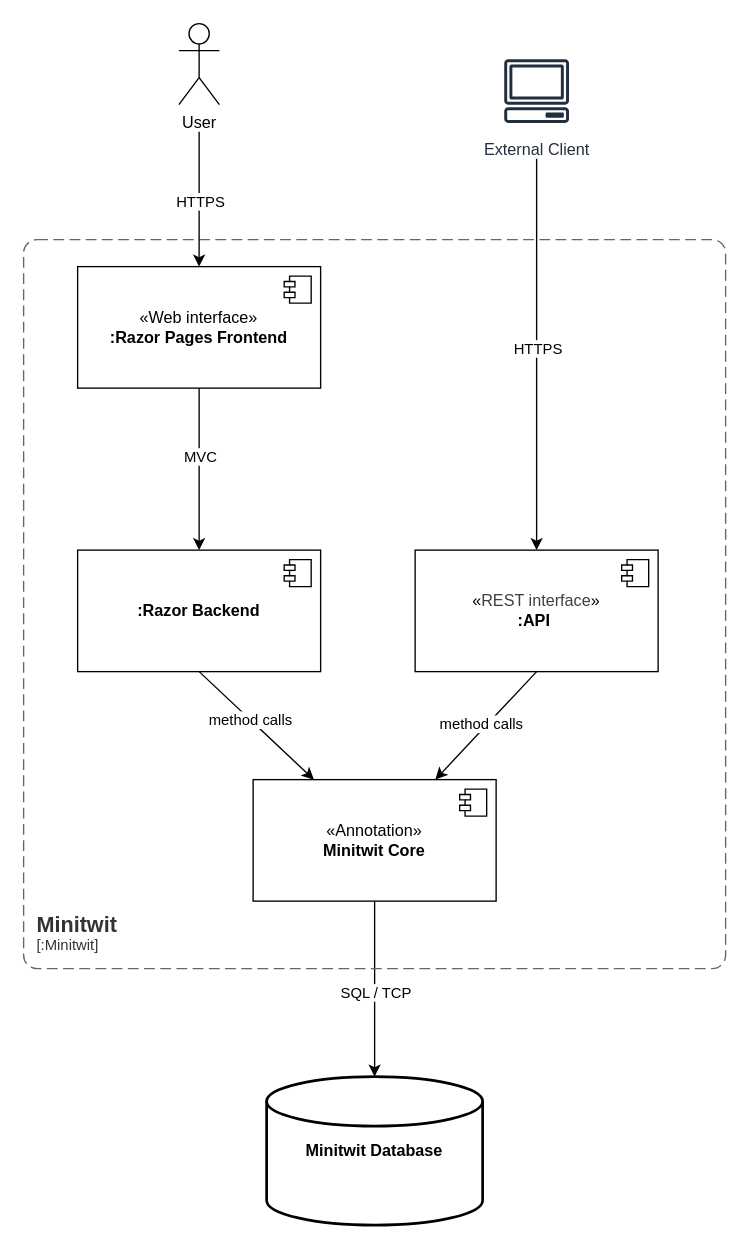
Before: report/diagrams/component_and_connector_diagram.drawio in ITU-DevOps2026/ITU-minitwit, a draw.io diagram. Source tidied: cells renumbered, new cells numbered last; positions are measured from the earlier drawing's top-left corner, leaving out a move shared by most shapes. Both pictures are drawn from the tidied source at 135%, with x=0, y=0 at pixel (23, 23).
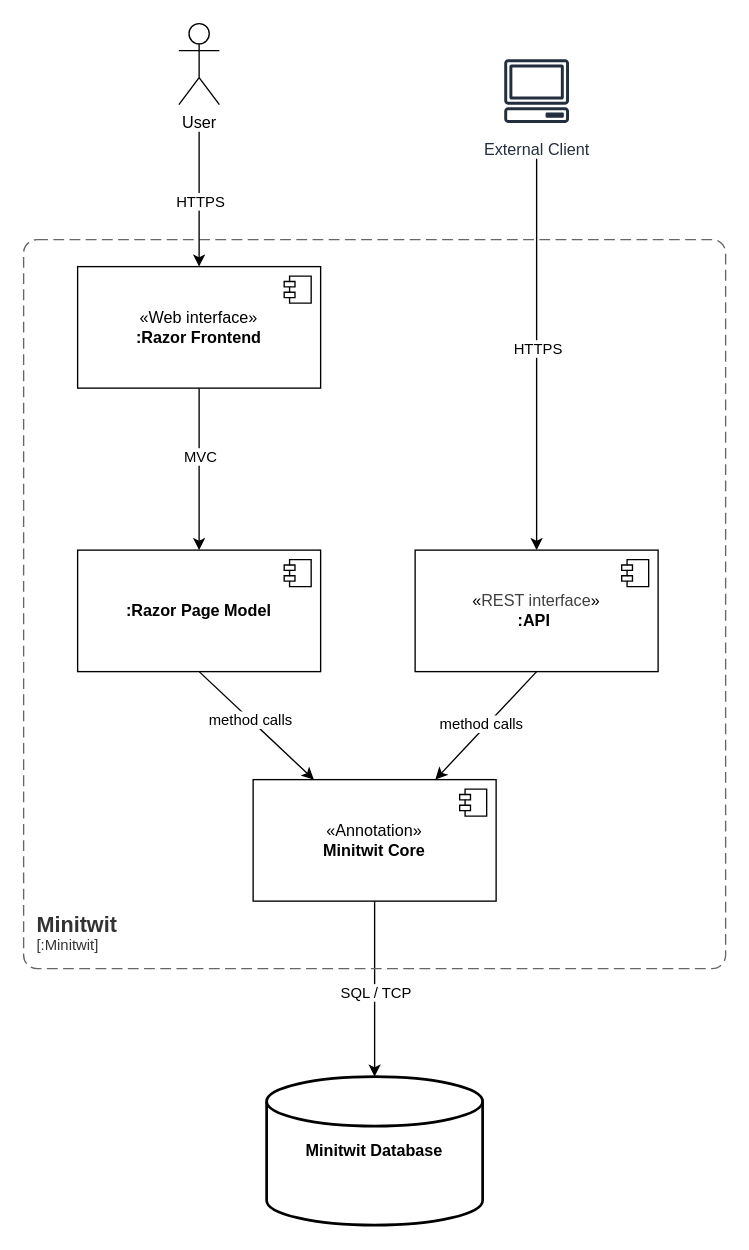
After the change.

Commit message (it also covers changes not shown here):
Updated labels for Razor Page Model

What changed in the source:
```diff
@@
-    <mxCell id="4" value="&lt;span style=&quot;color: rgb(0, 0, 0);&quot;&gt;«&lt;/span&gt;Web interface&lt;span style=&quot;color: rgb(0, 0, 0);&quot;&gt;»&lt;/span&gt;&lt;br&gt;&lt;b&gt;:Razor Pages Frontend&lt;/b&gt;" style="html=1;whiteSpace=wrap;" parent="1" vertex="1">
+    <mxCell id="4" value="&lt;span style=&quot;color: rgb(0, 0, 0);&quot;&gt;«&lt;/span&gt;Web interface&lt;span style=&quot;color: rgb(0, 0, 0);&quot;&gt;»&lt;/span&gt;&lt;br&gt;&lt;b&gt;:Razor Frontend&lt;/b&gt;" style="html=1;whiteSpace=wrap;" parent="1" vertex="1">
       <mxGeometry x="40" y="180" width="180" height="90" as="geometry" />
     </mxCell>
@@
-    <mxCell id="14" value="&lt;b&gt;:Razor Backend&lt;/b&gt;" style="html=1;whiteSpace=wrap;" parent="1" vertex="1">
+    <mxCell id="14" value="&lt;b&gt;:Razor Page Model&lt;/b&gt;" style="html=1;whiteSpace=wrap;" parent="1" vertex="1">
       <mxGeometry x="40" y="390" width="180" height="90" as="geometry" />
     </mxCell>
```
